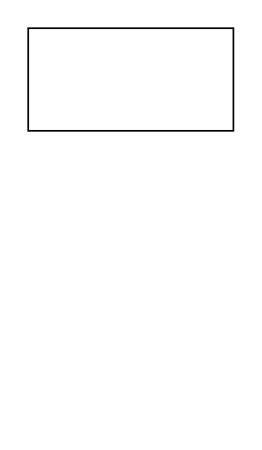
Before: Untitled Diagram.drawio in ShyngysM/drawio, a draw.io diagram. Source tidied: cells renumbered, new cells numbered last; positions are measured from the earlier drawing's top-left corner, leaving out a move shared by most shapes. Both pictures are drawn from the tidied source at 171%, with x=0, y=0 at pixel (27, 27).
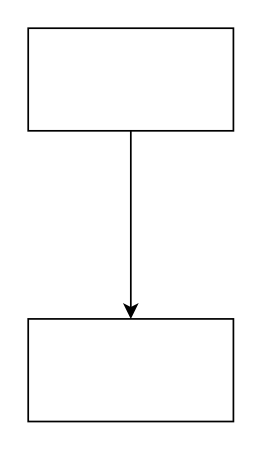
Above is the later version.

Change to the diagram source:
```diff
@@
 <mxGraphModel>
   <root>
     <mxCell id="0" />
     <mxCell id="1" parent="0" />
+    <mxCell id="3" style="edgeStyle=orthogonalEdgeStyle;rounded=0;jettySize=auto;html=1;" parent="1" edge="1" source="2" target="4">
+      <mxGeometry relative="1" as="geometry" />
+    </mxCell>
     <mxCell id="2" style="rounded=0;whiteSpace=wrap;html=1;" parent="1" vertex="1">
       <mxGeometry width="120" height="60" as="geometry" />
     </mxCell>
+    <mxCell id="4" style="rounded=0;whiteSpace=wrap;html=1;" parent="1" vertex="1">
+      <mxGeometry y="170" width="120" height="60" as="geometry" />
+    </mxCell>
   </root>
 </mxGraphModel>
```
